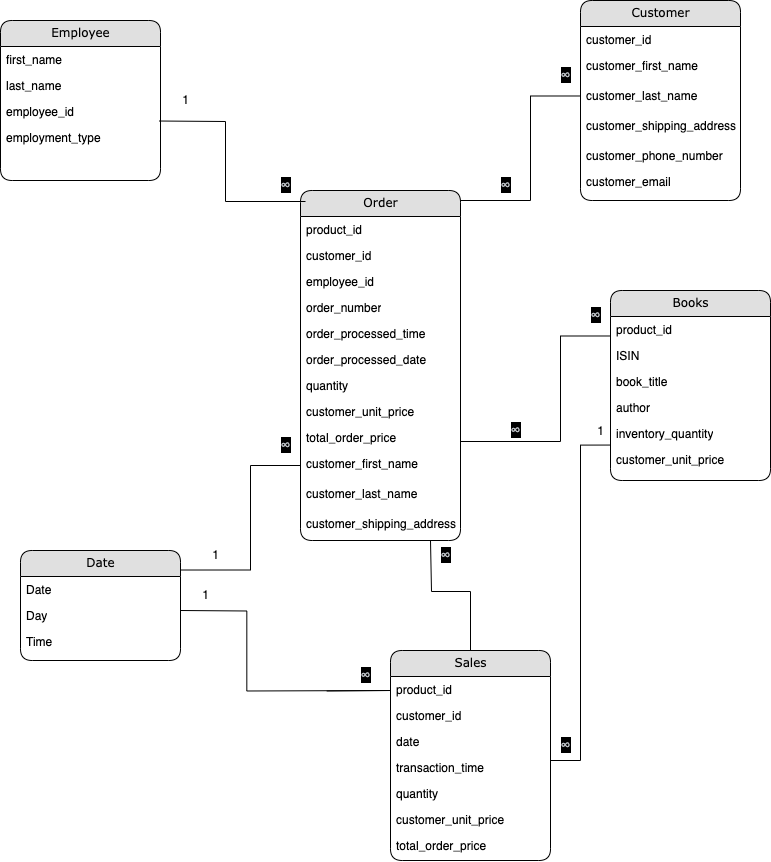
The draw.io diagram 02_assignments/SQL_Assignment_Bookstore_Q1.drawio.png in cecily-li/sql, before a commit. Source tidied: cells renumbered, new cells last; positions are measured from the earlier drawing's top-left corner, leaving out a move shared by most shapes.
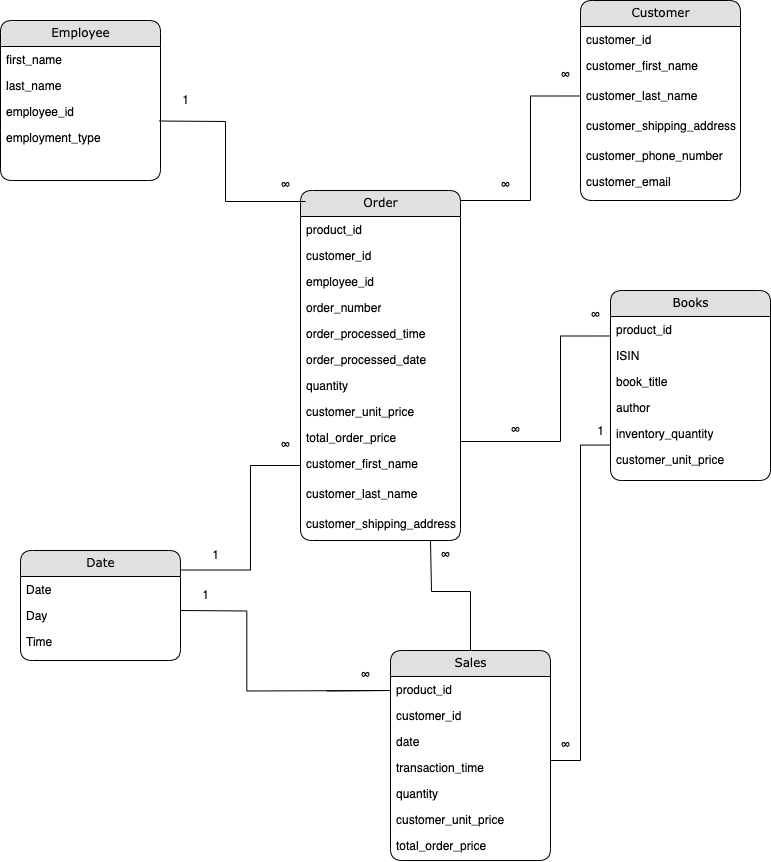
After the commit.

What changed in the source:
```diff
@@ -204,32 +204,32 @@
         </Array>
       </mxGeometry>
     </mxCell>
-    <mxCell id="53" value="&lt;p&gt;&lt;span style=&quot;color: rgb(189, 193, 198); font-family: arial, sans-serif; font-size: 14px; font-style: normal; font-variant-ligatures: normal; font-variant-caps: normal; font-weight: 400; letter-spacing: normal; orphans: 2; text-align: left; text-indent: 0px; text-transform: none; widows: 2; word-spacing: 0px; -webkit-text-stroke-width: 0px; white-space: normal; text-decoration-thickness: initial; text-decoration-style: initial; text-decoration-color: initial; float: none; display: inline !important; background-color: rgb(0, 0, 0);&quot;&gt;∞&lt;/span&gt;&lt;/p&gt;" style="text;html=1;align=center;verticalAlign=middle;strokeColor=none;fillColor=none;" parent="1" vertex="1">
-      <mxGeometry x="270" y="420" width="30" height="50" as="geometry" />
+    <mxCell id="53" value="∞" style="text;html=1;align=center;verticalAlign=middle;strokeColor=none;fillColor=none;" parent="1" vertex="1">
+      <mxGeometry x="270" y="430" width="30" height="30" as="geometry" />
     </mxCell>
-    <mxCell id="54" value="&lt;p&gt;&lt;span style=&quot;color: rgb(189, 193, 198); font-family: arial, sans-serif; font-size: 14px; font-style: normal; font-variant-ligatures: normal; font-variant-caps: normal; font-weight: 400; letter-spacing: normal; orphans: 2; text-align: left; text-indent: 0px; text-transform: none; widows: 2; word-spacing: 0px; -webkit-text-stroke-width: 0px; white-space: normal; text-decoration-thickness: initial; text-decoration-style: initial; text-decoration-color: initial; float: none; display: inline !important; background-color: rgb(0, 0, 0);&quot;&gt;∞&lt;/span&gt;&lt;/p&gt;" style="text;html=1;align=center;verticalAlign=middle;strokeColor=none;fillColor=none;" parent="1" vertex="1">
-      <mxGeometry x="350" y="650" width="30" height="50" as="geometry" />
+    <mxCell id="54" value="∞" style="text;html=1;align=center;verticalAlign=middle;strokeColor=none;fillColor=none;" parent="1" vertex="1">
+      <mxGeometry x="350" y="660" width="30" height="30" as="geometry" />
     </mxCell>
-    <mxCell id="55" value="&lt;p&gt;&lt;span style=&quot;color: rgb(189, 193, 198); font-family: arial, sans-serif; font-size: 14px; font-style: normal; font-variant-ligatures: normal; font-variant-caps: normal; font-weight: 400; letter-spacing: normal; orphans: 2; text-align: left; text-indent: 0px; text-transform: none; widows: 2; word-spacing: 0px; -webkit-text-stroke-width: 0px; white-space: normal; text-decoration-thickness: initial; text-decoration-style: initial; text-decoration-color: initial; float: none; display: inline !important; background-color: rgb(0, 0, 0);&quot;&gt;∞&lt;/span&gt;&lt;/p&gt;" style="text;html=1;align=center;verticalAlign=middle;strokeColor=none;fillColor=none;" parent="1" vertex="1">
-      <mxGeometry x="270" y="160" width="30" height="50" as="geometry" />
+    <mxCell id="55" value="∞" style="text;html=1;align=center;verticalAlign=middle;strokeColor=none;fillColor=none;" parent="1" vertex="1">
+      <mxGeometry x="270" y="170" width="30" height="30" as="geometry" />
     </mxCell>
-    <mxCell id="56" value="&lt;p&gt;&lt;span style=&quot;color: rgb(189, 193, 198); font-family: arial, sans-serif; font-size: 14px; font-style: normal; font-variant-ligatures: normal; font-variant-caps: normal; font-weight: 400; letter-spacing: normal; orphans: 2; text-align: left; text-indent: 0px; text-transform: none; widows: 2; word-spacing: 0px; -webkit-text-stroke-width: 0px; white-space: normal; text-decoration-thickness: initial; text-decoration-style: initial; text-decoration-color: initial; float: none; display: inline !important; background-color: rgb(0, 0, 0);&quot;&gt;∞&lt;/span&gt;&lt;/p&gt;" style="text;html=1;align=center;verticalAlign=middle;strokeColor=none;fillColor=none;" parent="1" vertex="1">
-      <mxGeometry x="490" y="160" width="30" height="50" as="geometry" />
+    <mxCell id="56" value="∞" style="text;html=1;align=center;verticalAlign=middle;strokeColor=none;fillColor=none;" parent="1" vertex="1">
+      <mxGeometry x="490" y="170" width="30" height="30" as="geometry" />
     </mxCell>
-    <mxCell id="57" value="&lt;p&gt;&lt;span style=&quot;color: rgb(189, 193, 198); font-family: arial, sans-serif; font-size: 14px; font-style: normal; font-variant-ligatures: normal; font-variant-caps: normal; font-weight: 400; letter-spacing: normal; orphans: 2; text-align: left; text-indent: 0px; text-transform: none; widows: 2; word-spacing: 0px; -webkit-text-stroke-width: 0px; white-space: normal; text-decoration-thickness: initial; text-decoration-style: initial; text-decoration-color: initial; float: none; display: inline !important; background-color: rgb(0, 0, 0);&quot;&gt;∞&lt;/span&gt;&lt;/p&gt;" style="text;html=1;align=center;verticalAlign=middle;strokeColor=none;fillColor=none;" parent="1" vertex="1">
-      <mxGeometry x="500" y="405" width="30" height="50" as="geometry" />
+    <mxCell id="57" value="∞" style="text;html=1;align=center;verticalAlign=middle;strokeColor=none;fillColor=none;" parent="1" vertex="1">
+      <mxGeometry x="500" y="415" width="30" height="30" as="geometry" />
     </mxCell>
-    <mxCell id="58" value="&lt;p&gt;&lt;span style=&quot;color: rgb(189, 193, 198); font-family: arial, sans-serif; font-size: 14px; font-style: normal; font-variant-ligatures: normal; font-variant-caps: normal; font-weight: 400; letter-spacing: normal; orphans: 2; text-align: left; text-indent: 0px; text-transform: none; widows: 2; word-spacing: 0px; -webkit-text-stroke-width: 0px; white-space: normal; text-decoration-thickness: initial; text-decoration-style: initial; text-decoration-color: initial; float: none; display: inline !important; background-color: rgb(0, 0, 0);&quot;&gt;∞&lt;/span&gt;&lt;/p&gt;" style="text;html=1;align=center;verticalAlign=middle;strokeColor=none;fillColor=none;" parent="1" vertex="1">
-      <mxGeometry x="430" y="530" width="30" height="50" as="geometry" />
+    <mxCell id="58" value="∞" style="text;html=1;align=center;verticalAlign=middle;strokeColor=none;fillColor=none;" parent="1" vertex="1">
+      <mxGeometry x="430" y="540" width="30" height="30" as="geometry" />
     </mxCell>
-    <mxCell id="59" value="&lt;p&gt;&lt;span style=&quot;color: rgb(189, 193, 198); font-family: arial, sans-serif; font-size: 14px; font-style: normal; font-variant-ligatures: normal; font-variant-caps: normal; font-weight: 400; letter-spacing: normal; orphans: 2; text-align: left; text-indent: 0px; text-transform: none; widows: 2; word-spacing: 0px; -webkit-text-stroke-width: 0px; white-space: normal; text-decoration-thickness: initial; text-decoration-style: initial; text-decoration-color: initial; float: none; display: inline !important; background-color: rgb(0, 0, 0);&quot;&gt;∞&lt;/span&gt;&lt;/p&gt;" style="text;html=1;align=center;verticalAlign=middle;strokeColor=none;fillColor=none;" parent="1" vertex="1">
-      <mxGeometry x="550" y="720" width="30" height="50" as="geometry" />
+    <mxCell id="59" value="∞" style="text;html=1;align=center;verticalAlign=middle;strokeColor=none;fillColor=none;" parent="1" vertex="1">
+      <mxGeometry x="550" y="730" width="30" height="30" as="geometry" />
     </mxCell>
-    <mxCell id="60" value="&lt;p&gt;&lt;span style=&quot;color: rgb(189, 193, 198); font-family: arial, sans-serif; font-size: 14px; font-style: normal; font-variant-ligatures: normal; font-variant-caps: normal; font-weight: 400; letter-spacing: normal; orphans: 2; text-align: left; text-indent: 0px; text-transform: none; widows: 2; word-spacing: 0px; -webkit-text-stroke-width: 0px; white-space: normal; text-decoration-thickness: initial; text-decoration-style: initial; text-decoration-color: initial; float: none; display: inline !important; background-color: rgb(0, 0, 0);&quot;&gt;∞&lt;/span&gt;&lt;/p&gt;" style="text;html=1;align=center;verticalAlign=middle;strokeColor=none;fillColor=none;" parent="1" vertex="1">
-      <mxGeometry x="550" y="50" width="30" height="50" as="geometry" />
+    <mxCell id="60" value="∞" style="text;html=1;align=center;verticalAlign=middle;strokeColor=none;fillColor=none;" parent="1" vertex="1">
+      <mxGeometry x="550" y="60" width="30" height="30" as="geometry" />
     </mxCell>
-    <mxCell id="61" value="&lt;p&gt;&lt;span style=&quot;color: rgb(189, 193, 198); font-family: arial, sans-serif; font-size: 14px; font-style: normal; font-variant-ligatures: normal; font-variant-caps: normal; font-weight: 400; letter-spacing: normal; orphans: 2; text-align: left; text-indent: 0px; text-transform: none; widows: 2; word-spacing: 0px; -webkit-text-stroke-width: 0px; white-space: normal; text-decoration-thickness: initial; text-decoration-style: initial; text-decoration-color: initial; float: none; display: inline !important; background-color: rgb(0, 0, 0);&quot;&gt;∞&lt;/span&gt;&lt;/p&gt;" style="text;html=1;align=center;verticalAlign=middle;strokeColor=none;fillColor=none;" parent="1" vertex="1">
-      <mxGeometry x="580" y="290" width="30" height="50" as="geometry" />
+    <mxCell id="61" value="∞" style="text;html=1;align=center;verticalAlign=middle;strokeColor=none;fillColor=none;" parent="1" vertex="1">
+      <mxGeometry x="580" y="300" width="30" height="30" as="geometry" />
     </mxCell>
     <mxCell id="62" value="1" style="text;html=1;align=center;verticalAlign=middle;strokeColor=none;fillColor=none;" parent="1" vertex="1">
       <mxGeometry x="200" y="540" width="30" height="30" as="geometry" />
```
